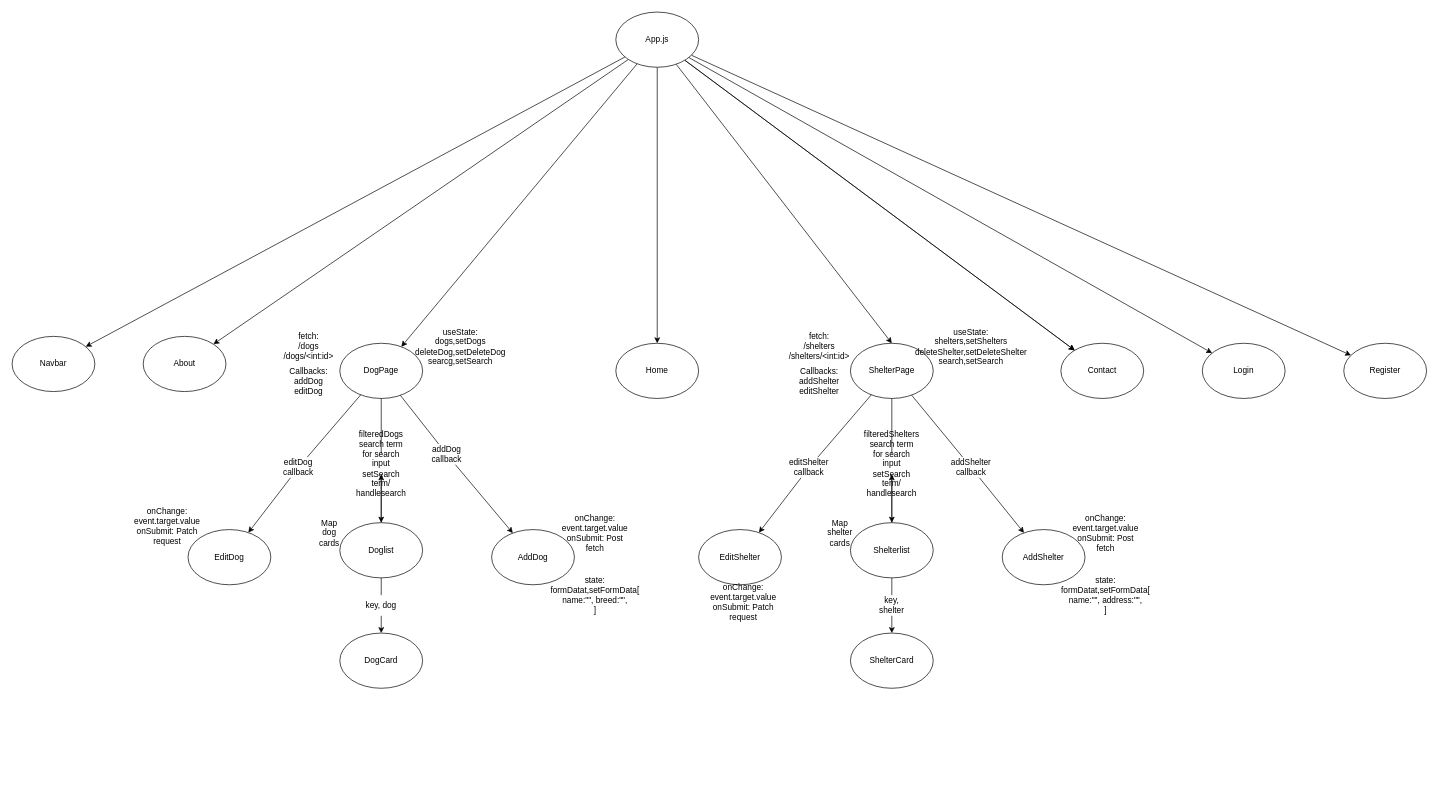
This is front-end-component-diagram.drawio from ineedsleep2000/Dogs-for-All, a draw.io file, before an edit. Source tidied: cells renumbered, new cells numbered last; positions are measured from the earlier drawing's top-left corner, leaving out a move shared by most shapes. Both pictures are drawn from the tidied source at 69%, with x=0, y=0 at pixel (12, 12).
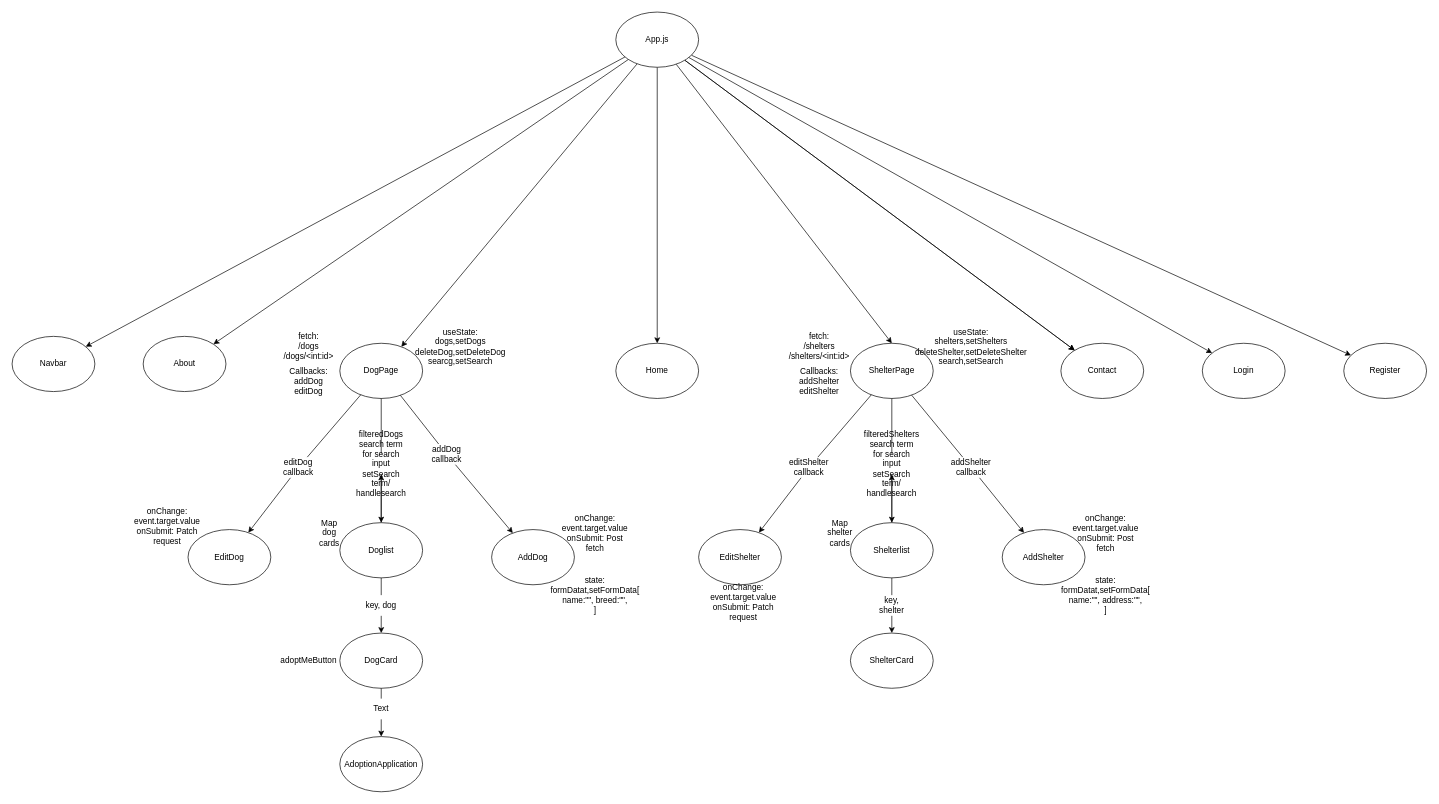
After the change.

The change refers to these unchanged cells:
```xml
<mxCell id="19" value="DogCard" style="ellipse;whiteSpace=wrap;html=1;" parent="1" vertex="1">
  <mxGeometry x="475" y="900" width="120" height="80" as="geometry" />
</mxCell>
```

Diff of the diagram source:
```diff
@@
+    <mxCell id="68" style="edgeStyle=none;html=1;startArrow=none;" parent="1" edge="1" source="71">
+      <mxGeometry relative="1" as="geometry">
+        <mxPoint x="535" y="1050" as="targetPoint" />
+      </mxGeometry>
+    </mxCell>
@@
+    <mxCell id="69" value="AdoptionApplication" style="ellipse;whiteSpace=wrap;html=1;" parent="1" vertex="1">
+      <mxGeometry x="475" y="1050" width="120" height="80" as="geometry" />
+    </mxCell>
+    <mxCell id="70" style="edgeStyle=none;html=1;endArrow=none;" parent="1" edge="1" source="19" target="71">
+      <mxGeometry relative="1" as="geometry" />
+    </mxCell>
+    <mxCell id="71" value="Text" style="text;html=1;strokeColor=none;fillColor=none;align=center;verticalAlign=middle;whiteSpace=wrap;rounded=0;" parent="1" vertex="1">
+      <mxGeometry x="505" y="995" width="60" height="30" as="geometry" />
+    </mxCell>
+    <mxCell id="72" value="adoptMeButton&lt;br&gt;" style="text;html=1;strokeColor=none;fillColor=none;align=center;verticalAlign=middle;whiteSpace=wrap;rounded=0;" parent="1" vertex="1">
+      <mxGeometry x="400" y="925" width="60" height="30" as="geometry" />
+    </mxCell>
```
